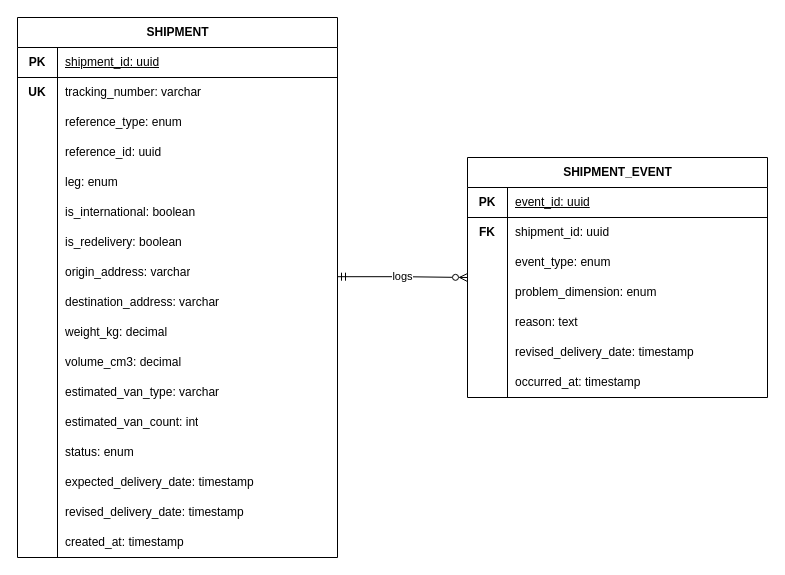
The draw.io diagram page "DHL" (6 of 8) of products/images/erd.drawio in jarno-de-coninck/UVC-GIFTS-4-U, before the edit. Source tidied: cells renumbered, new cells numbered last; positions are measured from the earlier drawing's top-left corner, leaving out a move shared by most shapes. Both pictures are drawn from the tidied source at 100%, with x=0, y=0 at pixel (17, 17).
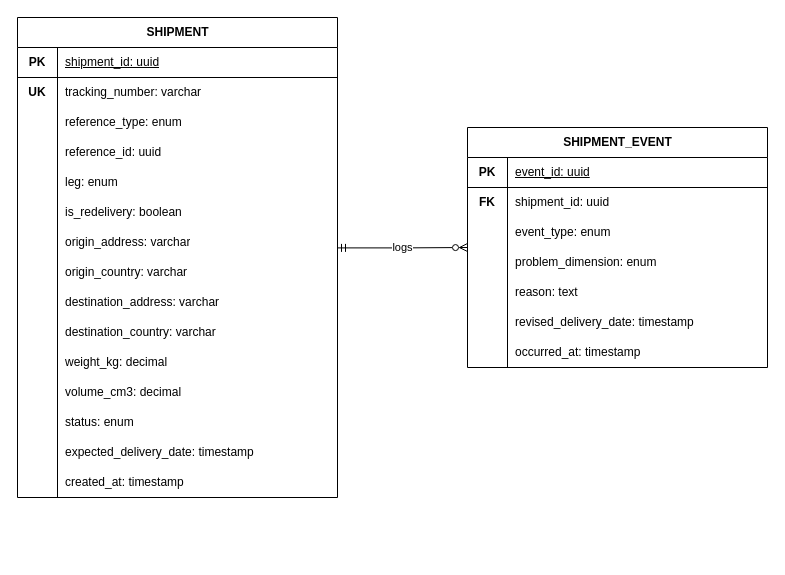
After the change.

The change refers to these unchanged cells:
```xml
<mxCell id="18" style="shape=tableRow;horizontal=0;startSize=0;swimlaneHead=0;swimlaneBody=0;fillColor=none;top=0;left=0;right=0;bottom=0;" parent="2" vertex="1">
  <mxGeometry y="180" width="320" height="30" as="geometry" />
</mxCell>
<mxCell id="21" style="shape=tableRow;horizontal=0;startSize=0;swimlaneHead=0;swimlaneBody=0;fillColor=none;top=0;left=0;right=0;bottom=0;" parent="2" vertex="1">
  <mxGeometry y="210" width="320" height="30" as="geometry" />
</mxCell>
<mxCell id="24" style="shape=tableRow;horizontal=0;startSize=0;swimlaneHead=0;swimlaneBody=0;fillColor=none;top=0;left=0;right=0;bottom=0;" parent="2" vertex="1">
  <mxGeometry y="240" width="320" height="30" as="geometry" />
</mxCell>
<mxCell id="30" style="shape=tableRow;horizontal=0;startSize=0;swimlaneHead=0;swimlaneBody=0;fillColor=none;top=0;left=0;right=0;bottom=0;" parent="2" vertex="1">
  <mxGeometry y="300" width="320" height="30" as="geometry" />
</mxCell>
<mxCell id="33" style="shape=tableRow;horizontal=0;startSize=0;swimlaneHead=0;swimlaneBody=0;fillColor=none;top=0;left=0;right=0;bottom=0;" parent="2" vertex="1">
  <mxGeometry y="330" width="320" height="30" as="geometry" />
</mxCell>
<mxCell id="36" style="shape=tableRow;horizontal=0;startSize=0;swimlaneHead=0;swimlaneBody=0;fillColor=none;top=0;left=0;right=0;bottom=0;" parent="2" vertex="1">
  <mxGeometry y="360" width="320" height="30" as="geometry" />
</mxCell>
<mxCell id="39" style="shape=tableRow;horizontal=0;startSize=0;swimlaneHead=0;swimlaneBody=0;fillColor=none;top=0;left=0;right=0;bottom=0;" parent="2" vertex="1">
  <mxGeometry y="390" width="320" height="30" as="geometry" />
</mxCell>
<mxCell id="42" style="shape=tableRow;horizontal=0;startSize=0;swimlaneHead=0;swimlaneBody=0;fillColor=none;top=0;left=0;right=0;bottom=0;" parent="2" vertex="1">
  <mxGeometry y="420" width="320" height="30" as="geometry" />
</mxCell>
<mxCell id="45" style="shape=tableRow;horizontal=0;startSize=0;swimlaneHead=0;swimlaneBody=0;fillColor=none;top=0;left=0;right=0;bottom=0;" parent="2" vertex="1">
  <mxGeometry y="450" width="320" height="30" as="geometry" />
</mxCell>
```

Diff of the diagram source:
```diff
@@
     <mxCell id="2" value="SHIPMENT" style="shape=table;startSize=30;childLayout=tableLayout;rowLines=0;fontStyle=1;align=center;html=1;" parent="1" vertex="1">
-      <mxGeometry width="320" height="540" as="geometry" />
+      <mxGeometry width="320" height="480" as="geometry" />
     </mxCell>
@@
-    <mxCell id="20" value="is_international: boolean" style="shape=partialRectangle;fillColor=none;top=0;left=0;bottom=0;right=0;align=left;spacingLeft=6;overflow=hidden;whiteSpace=wrap;html=1;" parent="18" vertex="1">
+    <mxCell id="20" value="is_redelivery: boolean" style="shape=partialRectangle;fillColor=none;top=0;left=0;bottom=0;right=0;align=left;spacingLeft=6;overflow=hidden;whiteSpace=wrap;html=1;" parent="18" vertex="1">
       <mxGeometry x="40" width="280" height="30" as="geometry" />
     </mxCell>
@@
-    <mxCell id="23" value="is_redelivery: boolean" style="shape=partialRectangle;fillColor=none;top=0;left=0;bottom=0;right=0;align=left;spacingLeft=6;overflow=hidden;whiteSpace=wrap;html=1;" parent="21" vertex="1">
+    <mxCell id="23" value="origin_address: varchar" style="shape=partialRectangle;fillColor=none;top=0;left=0;bottom=0;right=0;align=left;spacingLeft=6;overflow=hidden;whiteSpace=wrap;html=1;" parent="21" vertex="1">
       <mxGeometry x="40" width="280" height="30" as="geometry" />
     </mxCell>
@@
-    <mxCell id="26" value="origin_address: varchar" style="shape=partialRectangle;fillColor=none;top=0;left=0;bottom=0;right=0;align=left;spacingLeft=6;overflow=hidden;whiteSpace=wrap;html=1;" parent="24" vertex="1">
+    <mxCell id="26" value="origin_country: varchar" style="shape=partialRectangle;fillColor=none;top=0;left=0;bottom=0;right=0;align=left;spacingLeft=6;overflow=hidden;whiteSpace=wrap;html=1;" parent="24" vertex="1">
       <mxGeometry x="40" width="280" height="30" as="geometry" />
     </mxCell>
@@
-    <mxCell id="32" value="weight_kg: decimal" style="shape=partialRectangle;fillColor=none;top=0;left=0;bottom=0;right=0;align=left;spacingLeft=6;overflow=hidden;whiteSpace=wrap;html=1;" parent="30" vertex="1">
+    <mxCell id="32" value="destination_country: varchar" style="shape=partialRectangle;fillColor=none;top=0;left=0;bottom=0;right=0;align=left;spacingLeft=6;overflow=hidden;whiteSpace=wrap;html=1;" parent="30" vertex="1">
       <mxGeometry x="40" width="280" height="30" as="geometry" />
     </mxCell>
@@
-    <mxCell id="35" value="volume_cm3: decimal" style="shape=partialRectangle;fillColor=none;top=0;left=0;bottom=0;right=0;align=left;spacingLeft=6;overflow=hidden;whiteSpace=wrap;html=1;" parent="33" vertex="1">
+    <mxCell id="35" value="weight_kg: decimal" style="shape=partialRectangle;fillColor=none;top=0;left=0;bottom=0;right=0;align=left;spacingLeft=6;overflow=hidden;whiteSpace=wrap;html=1;" parent="33" vertex="1">
       <mxGeometry x="40" width="280" height="30" as="geometry" />
     </mxCell>
@@
-    <mxCell id="38" value="estimated_van_type: varchar" style="shape=partialRectangle;fillColor=none;top=0;left=0;bottom=0;right=0;align=left;spacingLeft=6;overflow=hidden;whiteSpace=wrap;html=1;" parent="36" vertex="1">
+    <mxCell id="38" value="volume_cm3: decimal" style="shape=partialRectangle;fillColor=none;top=0;left=0;bottom=0;right=0;align=left;spacingLeft=6;overflow=hidden;whiteSpace=wrap;html=1;" parent="36" vertex="1">
       <mxGeometry x="40" width="280" height="30" as="geometry" />
     </mxCell>
@@
-    <mxCell id="41" value="estimated_van_count: int" style="shape=partialRectangle;fillColor=none;top=0;left=0;bottom=0;right=0;align=left;spacingLeft=6;overflow=hidden;whiteSpace=wrap;html=1;" parent="39" vertex="1">
+    <mxCell id="41" value="status: enum" style="shape=partialRectangle;fillColor=none;top=0;left=0;bottom=0;right=0;align=left;spacingLeft=6;overflow=hidden;whiteSpace=wrap;html=1;" parent="39" vertex="1">
       <mxGeometry x="40" width="280" height="30" as="geometry" />
     </mxCell>
@@
-    <mxCell id="44" value="status: enum" style="shape=partialRectangle;fillColor=none;top=0;left=0;bottom=0;right=0;align=left;spacingLeft=6;overflow=hidden;whiteSpace=wrap;html=1;" parent="42" vertex="1">
+    <mxCell id="44" value="expected_delivery_date: timestamp" style="shape=partialRectangle;fillColor=none;top=0;left=0;bottom=0;right=0;align=left;spacingLeft=6;overflow=hidden;whiteSpace=wrap;html=1;" parent="42" vertex="1">
       <mxGeometry x="40" width="280" height="30" as="geometry" />
     </mxCell>
@@
-    <mxCell id="47" value="expected_delivery_date: timestamp" style="shape=partialRectangle;fillColor=none;top=0;left=0;bottom=0;right=0;align=left;spacingLeft=6;overflow=hidden;whiteSpace=wrap;html=1;" parent="45" vertex="1">
+    <mxCell id="47" value="created_at: timestamp" style="shape=partialRectangle;fillColor=none;top=0;left=0;bottom=0;right=0;align=left;spacingLeft=6;overflow=hidden;whiteSpace=wrap;html=1;" parent="45" vertex="1">
       <mxGeometry x="40" width="280" height="30" as="geometry" />
     </mxCell>
-    <mxCell id="48" style="shape=tableRow;horizontal=0;startSize=0;swimlaneHead=0;swimlaneBody=0;fillColor=none;top=0;left=0;right=0;bottom=0;" parent="2" vertex="1">
-      <mxGeometry y="480" width="320" height="30" as="geometry" />
-    </mxCell>
-    <mxCell id="49" style="shape=partialRectangle;fillColor=none;top=0;left=0;bottom=0;right=1;fontStyle=1;overflow=hidden;whiteSpace=wrap;html=1;" parent="48" vertex="1">
-      <mxGeometry width="40" height="30" as="geometry" />
-    </mxCell>
-    <mxCell id="50" value="revised_delivery_date: timestamp" style="shape=partialRectangle;fillColor=none;top=0;left=0;bottom=0;right=0;align=left;spacingLeft=6;overflow=hidden;whiteSpace=wrap;html=1;" parent="48" vertex="1">
-      <mxGeometry x="40" width="280" height="30" as="geometry" />
-    </mxCell>
-    <mxCell id="51" style="shape=tableRow;horizontal=0;startSize=0;swimlaneHead=0;swimlaneBody=0;fillColor=none;top=0;left=0;right=0;bottom=0;" parent="2" vertex="1">
-      <mxGeometry y="510" width="320" height="30" as="geometry" />
-    </mxCell>
-    <mxCell id="52" style="shape=partialRectangle;fillColor=none;top=0;left=0;bottom=0;right=1;fontStyle=1;overflow=hidden;whiteSpace=wrap;html=1;" parent="51" vertex="1">
-      <mxGeometry width="40" height="30" as="geometry" />
-    </mxCell>
-    <mxCell id="53" value="created_at: timestamp" style="shape=partialRectangle;fillColor=none;top=0;left=0;bottom=0;right=0;align=left;spacingLeft=6;overflow=hidden;whiteSpace=wrap;html=1;" parent="51" vertex="1">
-      <mxGeometry x="40" width="280" height="30" as="geometry" />
-    </mxCell>
     <mxCell id="54" value="SHIPMENT_EVENT" style="shape=table;startSize=30;childLayout=tableLayout;rowLines=0;fontStyle=1;align=center;html=1;" parent="1" vertex="1">
-      <mxGeometry x="450" y="140" width="300" height="240" as="geometry" />
+      <mxGeometry x="450" y="110" width="300" height="240" as="geometry" />
     </mxCell>
+    <mxCell id="77" style="shape=tableRow;horizontal=0;startSize=0;swimlaneHead=0;swimlaneBody=0;fillColor=none;top=0;left=0;right=0;bottom=1;" parent="54" vertex="1">
+      <mxGeometry y="30" width="300" height="30" as="geometry" />
+    </mxCell>
+    <mxCell id="78" value="PK" style="shape=partialRectangle;fillColor=none;top=0;left=0;bottom=0;right=1;fontStyle=1;overflow=hidden;whiteSpace=wrap;html=1;" parent="77" vertex="1">
+      <mxGeometry width="40" height="30" as="geometry" />
+    </mxCell>
+    <mxCell id="79" value="event_id: uuid" style="shape=partialRectangle;fillColor=none;top=0;left=0;bottom=0;right=0;align=left;spacingLeft=6;overflow=hidden;whiteSpace=wrap;html=1;fontStyle=4;" parent="77" vertex="1">
+      <mxGeometry x="40" width="260" height="30" as="geometry" />
+    </mxCell>
+    <mxCell id="80" style="shape=tableRow;horizontal=0;startSize=0;swimlaneHead=0;swimlaneBody=0;fillColor=none;top=0;left=0;right=0;bottom=0;" parent="54" vertex="1">
+      <mxGeometry y="60" width="300" height="30" as="geometry" />
+    </mxCell>
+    <mxCell id="81" value="FK" style="shape=partialRectangle;fillColor=none;top=0;left=0;bottom=0;right=1;fontStyle=1;overflow=hidden;whiteSpace=wrap;html=1;" parent="80" vertex="1">
+      <mxGeometry width="40" height="30" as="geometry" />
+    </mxCell>
+    <mxCell id="82" value="shipment_id: uuid" style="shape=partialRectangle;fillColor=none;top=0;left=0;bottom=0;right=0;align=left;spacingLeft=6;overflow=hidden;whiteSpace=wrap;html=1;" parent="80" vertex="1">
+      <mxGeometry x="40" width="260" height="30" as="geometry" />
+    </mxCell>
-    <mxCell id="55" style="shape=tableRow;horizontal=0;startSize=0;swimlaneHead=0;swimlaneBody=0;fillColor=none;top=0;left=0;right=0;bottom=1;" parent="54" vertex="1">
-      <mxGeometry y="30" width="300" height="30" as="geometry" />
+    <mxCell id="55" style="shape=tableRow;horizontal=0;startSize=0;swimlaneHead=0;swimlaneBody=0;fillColor=none;top=0;left=0;right=0;bottom=0;" parent="54" vertex="1">
+      <mxGeometry y="90" width="300" height="30" as="geometry" />
     </mxCell>
-    <mxCell id="56" value="PK" style="shape=partialRectangle;fillColor=none;top=0;left=0;bottom=0;right=1;fontStyle=1;overflow=hidden;whiteSpace=wrap;html=1;" parent="55" vertex="1">
+    <mxCell id="56" style="shape=partialRectangle;fillColor=none;top=0;left=0;bottom=0;right=1;fontStyle=1;overflow=hidden;whiteSpace=wrap;html=1;" parent="55" vertex="1">
       <mxGeometry width="40" height="30" as="geometry" />
     </mxCell>
-    <mxCell id="57" value="event_id: uuid" style="shape=partialRectangle;fillColor=none;top=0;left=0;bottom=0;right=0;align=left;spacingLeft=6;overflow=hidden;whiteSpace=wrap;html=1;fontStyle=4;" parent="55" vertex="1">
+    <mxCell id="57" value="event_type: enum" style="shape=partialRectangle;fillColor=none;top=0;left=0;bottom=0;right=0;align=left;spacingLeft=6;overflow=hidden;whiteSpace=wrap;html=1;" parent="55" vertex="1">
       <mxGeometry x="40" width="260" height="30" as="geometry" />
     </mxCell>
     <mxCell id="58" style="shape=tableRow;horizontal=0;startSize=0;swimlaneHead=0;swimlaneBody=0;fillColor=none;top=0;left=0;right=0;bottom=0;" parent="54" vertex="1">
-      <mxGeometry y="60" width="300" height="30" as="geometry" />
+      <mxGeometry y="120" width="300" height="30" as="geometry" />
     </mxCell>
-    <mxCell id="59" value="FK" style="shape=partialRectangle;fillColor=none;top=0;left=0;bottom=0;right=1;fontStyle=1;overflow=hidden;whiteSpace=wrap;html=1;" parent="58" vertex="1">
+    <mxCell id="59" style="shape=partialRectangle;fillColor=none;top=0;left=0;bottom=0;right=1;fontStyle=1;overflow=hidden;whiteSpace=wrap;html=1;" parent="58" vertex="1">
       <mxGeometry width="40" height="30" as="geometry" />
     </mxCell>
-    <mxCell id="60" value="shipment_id: uuid" style="shape=partialRectangle;fillColor=none;top=0;left=0;bottom=0;right=0;align=left;spacingLeft=6;overflow=hidden;whiteSpace=wrap;html=1;" parent="58" vertex="1">
+    <mxCell id="60" value="problem_dimension: enum" style="shape=partialRectangle;fillColor=none;top=0;left=0;bottom=0;right=0;align=left;spacingLeft=6;overflow=hidden;whiteSpace=wrap;html=1;" parent="58" vertex="1">
       <mxGeometry x="40" width="260" height="30" as="geometry" />
     </mxCell>
     <mxCell id="61" style="shape=tableRow;horizontal=0;startSize=0;swimlaneHead=0;swimlaneBody=0;fillColor=none;top=0;left=0;right=0;bottom=0;" parent="54" vertex="1">
-      <mxGeometry y="90" width="300" height="30" as="geometry" />
+      <mxGeometry y="150" width="300" height="30" as="geometry" />
     </mxCell>
@@
-    <mxCell id="63" value="event_type: enum" style="shape=partialRectangle;fillColor=none;top=0;left=0;bottom=0;right=0;align=left;spacingLeft=6;overflow=hidden;whiteSpace=wrap;html=1;" parent="61" vertex="1">
+    <mxCell id="63" value="reason: text" style="shape=partialRectangle;fillColor=none;top=0;left=0;bottom=0;right=0;align=left;spacingLeft=6;overflow=hidden;whiteSpace=wrap;html=1;" parent="61" vertex="1">
       <mxGeometry x="40" width="260" height="30" as="geometry" />
     </mxCell>
     <mxCell id="64" style="shape=tableRow;horizontal=0;startSize=0;swimlaneHead=0;swimlaneBody=0;fillColor=none;top=0;left=0;right=0;bottom=0;" parent="54" vertex="1">
-      <mxGeometry y="120" width="300" height="30" as="geometry" />
+      <mxGeometry y="180" width="300" height="30" as="geometry" />
     </mxCell>
@@
-    <mxCell id="66" value="problem_dimension: enum" style="shape=partialRectangle;fillColor=none;top=0;left=0;bottom=0;right=0;align=left;spacingLeft=6;overflow=hidden;whiteSpace=wrap;html=1;" parent="64" vertex="1">
+    <mxCell id="66" value="revised_delivery_date: timestamp" style="shape=partialRectangle;fillColor=none;top=0;left=0;bottom=0;right=0;align=left;spacingLeft=6;overflow=hidden;whiteSpace=wrap;html=1;" parent="64" vertex="1">
       <mxGeometry x="40" width="260" height="30" as="geometry" />
     </mxCell>
     <mxCell id="67" style="shape=tableRow;horizontal=0;startSize=0;swimlaneHead=0;swimlaneBody=0;fillColor=none;top=0;left=0;right=0;bottom=0;" parent="54" vertex="1">
-      <mxGeometry y="150" width="300" height="30" as="geometry" />
+      <mxGeometry y="210" width="300" height="30" as="geometry" />
     </mxCell>
@@
-    <mxCell id="69" value="reason: text" style="shape=partialRectangle;fillColor=none;top=0;left=0;bottom=0;right=0;align=left;spacingLeft=6;overflow=hidden;whiteSpace=wrap;html=1;" parent="67" vertex="1">
+    <mxCell id="69" value="occurred_at: timestamp" style="shape=partialRectangle;fillColor=none;top=0;left=0;bottom=0;right=0;align=left;spacingLeft=6;overflow=hidden;whiteSpace=wrap;html=1;" parent="67" vertex="1">
       <mxGeometry x="40" width="260" height="30" as="geometry" />
     </mxCell>
-    <mxCell id="70" style="shape=tableRow;horizontal=0;startSize=0;swimlaneHead=0;swimlaneBody=0;fillColor=none;top=0;left=0;right=0;bottom=0;" parent="54" vertex="1">
-      <mxGeometry y="180" width="300" height="30" as="geometry" />
-    </mxCell>
-    <mxCell id="71" style="shape=partialRectangle;fillColor=none;top=0;left=0;bottom=0;right=1;fontStyle=1;overflow=hidden;whiteSpace=wrap;html=1;" parent="70" vertex="1">
-      <mxGeometry width="40" height="30" as="geometry" />
-    </mxCell>
-    <mxCell id="72" value="revised_delivery_date: timestamp" style="shape=partialRectangle;fillColor=none;top=0;left=0;bottom=0;right=0;align=left;spacingLeft=6;overflow=hidden;whiteSpace=wrap;html=1;" parent="70" vertex="1">
-      <mxGeometry x="40" width="260" height="30" as="geometry" />
-    </mxCell>
-    <mxCell id="73" style="shape=tableRow;horizontal=0;startSize=0;swimlaneHead=0;swimlaneBody=0;fillColor=none;top=0;left=0;right=0;bottom=0;" parent="54" vertex="1">
-      <mxGeometry y="210" width="300" height="30" as="geometry" />
-    </mxCell>
-    <mxCell id="74" style="shape=partialRectangle;fillColor=none;top=0;left=0;bottom=0;right=1;fontStyle=1;overflow=hidden;whiteSpace=wrap;html=1;" parent="73" vertex="1">
-      <mxGeometry width="40" height="30" as="geometry" />
-    </mxCell>
-    <mxCell id="75" value="occurred_at: timestamp" style="shape=partialRectangle;fillColor=none;top=0;left=0;bottom=0;right=0;align=left;spacingLeft=6;overflow=hidden;whiteSpace=wrap;html=1;" parent="73" vertex="1">
-      <mxGeometry x="40" width="260" height="30" as="geometry" />
-    </mxCell>
```
